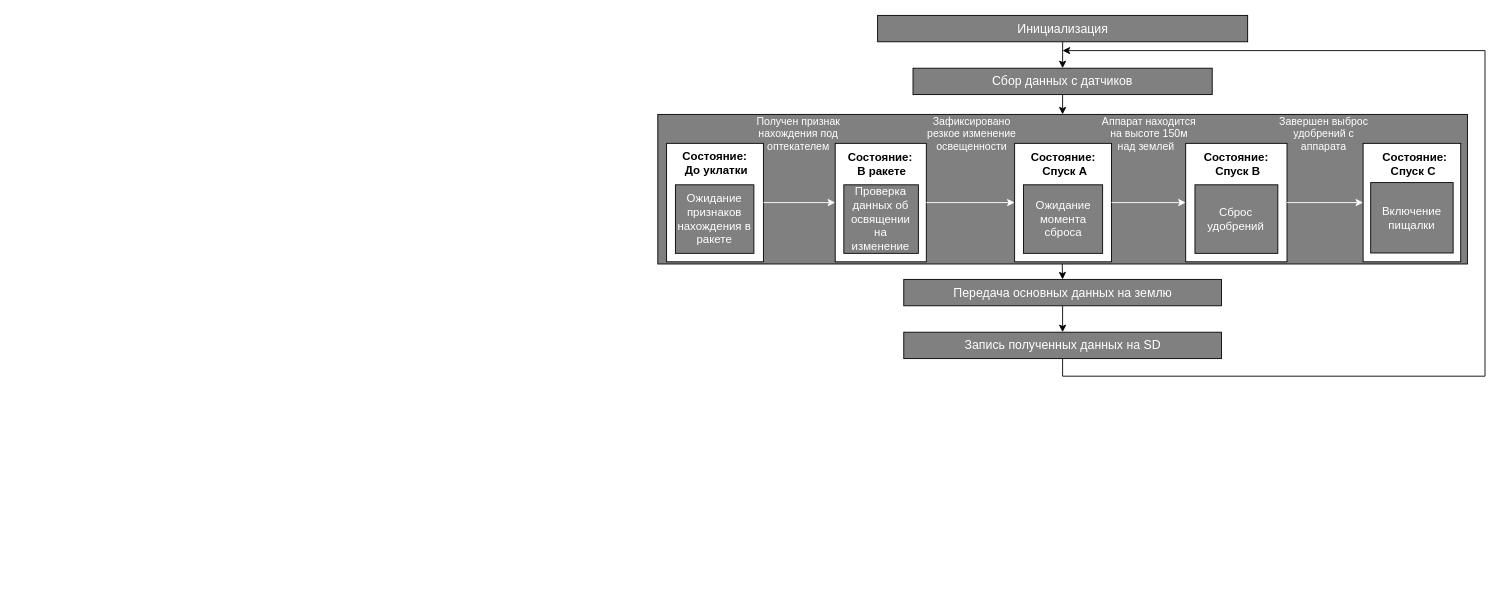
Earlier version of the draw.io diagram schematics/Алгоритм полета.drawio (cansat-tsniimash/cansat-UKLON-M-2023-2024). Source tidied: cells renumbered, new cells numbered last; positions are measured from the earlier drawing's top-left corner, leaving out a move shared by most shapes. Both pictures are drawn from the tidied source at 88%, with x=0, y=0 at pixel (657, 15).
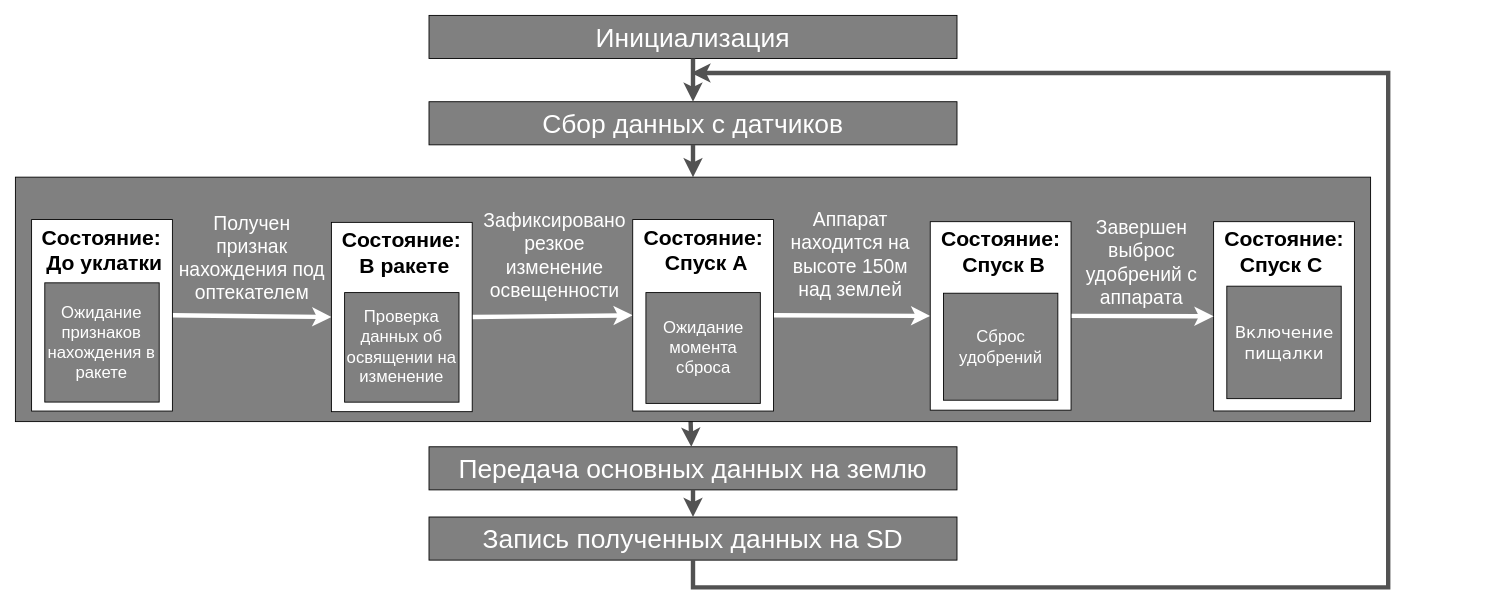
Above is the later version.

Commit message:
Алгоритм полета почти отредаченный

The edit, as a diff of the source:
```diff
@@
-    <mxCell id="2" value="&lt;font style=&quot;font-size: 14px;&quot; color=&quot;#ffffff&quot;&gt;Инициализация&lt;/font&gt;" style="rounded=0;whiteSpace=wrap;html=1;fillColor=#808080;" parent="1" vertex="1">
-      <mxGeometry x="249.8" width="420.5" height="30" as="geometry" />
+    <mxCell id="2" value="&lt;font style=&quot;font-size: 30px;&quot; color=&quot;#ffffff&quot;&gt;Инициализация&lt;/font&gt;" style="rounded=0;whiteSpace=wrap;html=1;fillColor=#808080;fontSize=30;fontStyle=0;" parent="1" vertex="1">
+      <mxGeometry x="-260" width="600" height="49" as="geometry" />
     </mxCell>
-    <mxCell id="3" value="&lt;font style=&quot;font-size: 14px;&quot; color=&quot;#ffffff&quot;&gt;Передача основных данных на землю&lt;/font&gt;" style="rounded=0;whiteSpace=wrap;html=1;fillColor=#808080;" parent="1" vertex="1">
-      <mxGeometry x="279.5" y="300" width="361" height="30" as="geometry" />
+    <mxCell id="3" value="&lt;font style=&quot;font-size: 30px;&quot; color=&quot;#ffffff&quot;&gt;Передача основных данных на землю&lt;/font&gt;" style="rounded=0;whiteSpace=wrap;html=1;fillColor=#808080;fontSize=30;fontStyle=0;" parent="1" vertex="1">
+      <mxGeometry x="-260" y="490.2" width="600" height="49" as="geometry" />
     </mxCell>
-    <mxCell id="4" value="&lt;font style=&quot;font-size: 14px;&quot; color=&quot;#ffffff&quot;&gt;Запись полученных данных на SD&lt;/font&gt;" style="rounded=0;whiteSpace=wrap;html=1;fillColor=#808080;" parent="1" vertex="1">
-      <mxGeometry x="279.5" y="360" width="361" height="30" as="geometry" />
+    <mxCell id="4" value="&lt;font style=&quot;font-size: 30px;&quot; color=&quot;#ffffff&quot;&gt;Запись полученных данных на SD&lt;/font&gt;" style="rounded=0;whiteSpace=wrap;html=1;fillColor=#808080;fontSize=30;fontStyle=0;" parent="1" vertex="1">
+      <mxGeometry x="-260" y="570" width="600" height="49" as="geometry" />
     </mxCell>
-    <mxCell id="5" value="&lt;font style=&quot;font-size: 14px;&quot; color=&quot;#ffffff&quot;&gt;Сбор данных с датчиков&lt;/font&gt;" style="rounded=0;whiteSpace=wrap;html=1;fillColor=#808080;" parent="1" vertex="1">
-      <mxGeometry x="290" y="60" width="340" height="30" as="geometry" />
+    <mxCell id="5" value="&lt;font style=&quot;font-size: 30px;&quot; color=&quot;#ffffff&quot;&gt;Сбор данных с датчиков&lt;/font&gt;" style="rounded=0;whiteSpace=wrap;html=1;fillColor=#808080;fontSize=30;fontStyle=0;" parent="1" vertex="1">
+      <mxGeometry x="-260" y="98.1" width="600" height="49" as="geometry" />
     </mxCell>
-    <mxCell id="6" style="endArrow=classic;html=1;rounded=0;entryX=0.5;entryY=0;entryDx=0;entryDy=0;exitX=0.5;exitY=1;exitDx=0;exitDy=0;" parent="1" edge="1" source="2" target="5">
+    <mxCell id="6" style="endArrow=classic;html=1;rounded=0;entryX=0.5;entryY=0;entryDx=0;entryDy=0;exitX=0.5;exitY=1;exitDx=0;exitDy=0;strokeWidth=5;strokeColor=#525252;" parent="1" edge="1" source="2" target="5">
       <mxGeometry relative="1" as="geometry" />
     </mxCell>
-    <mxCell id="7" style="endArrow=classic;html=1;rounded=0;exitX=0.5;exitY=1;exitDx=0;exitDy=0;entryX=0.5;entryY=0;entryDx=0;entryDy=0;" parent="1" edge="1" source="5" target="11">
+    <mxCell id="7" style="endArrow=classic;html=1;rounded=0;exitX=0.5;exitY=1;exitDx=0;exitDy=0;entryX=0.5;entryY=0;entryDx=0;entryDy=0;strokeWidth=5;strokeColor=#525252;" parent="1" edge="1" source="5" target="11">
       <mxGeometry relative="1" as="geometry" />
     </mxCell>
-    <mxCell id="8" style="endArrow=classic;html=1;rounded=0;" parent="1" edge="1">
+    <mxCell id="8" style="endArrow=classic;html=1;rounded=0;strokeWidth=5;strokeColor=#525252;" parent="1" edge="1">
       <mxGeometry relative="1" as="geometry">
-        <mxPoint x="459.5" y="280" as="sourcePoint" />
-        <mxPoint x="460" y="300" as="targetPoint" />
+        <mxPoint x="37.2" y="457.6" as="sourcePoint" />
+        <mxPoint x="38.1" y="490.2" as="targetPoint" />
       </mxGeometry>
     </mxCell>
-    <mxCell id="9" style="endArrow=classic;html=1;rounded=0;exitX=0.5;exitY=1;exitDx=0;exitDy=0;" parent="1" edge="1" source="4">
+    <mxCell id="9" style="endArrow=classic;html=1;rounded=0;exitX=0.5;exitY=1;exitDx=0;exitDy=0;strokeWidth=5;strokeColor=#525252;edgeStyle=orthogonalEdgeStyle;" parent="1" edge="1" source="4">
       <mxGeometry relative="1" as="geometry">
-        <mxPoint x="460" y="40" as="targetPoint" />
+        <mxPoint x="38.1" y="65.4" as="targetPoint" />
         <Array as="points">
-          <mxPoint x="460" y="410" />
-          <mxPoint x="940" y="410" />
-          <mxPoint x="940" y="40" />
+          <mxPoint x="40" y="650" />
+          <mxPoint x="830" y="650" />
+          <mxPoint x="830" y="65" />
         </Array>
       </mxGeometry>
     </mxCell>
-    <mxCell id="10" style="endArrow=classic;html=1;rounded=0;exitX=0.5;exitY=1;exitDx=0;exitDy=0;entryX=0.5;entryY=0;entryDx=0;entryDy=0;" parent="1" edge="1" source="3" target="4">
+    <mxCell id="10" style="endArrow=classic;html=1;rounded=0;exitX=0.5;exitY=1;exitDx=0;exitDy=0;entryX=0.5;entryY=0;entryDx=0;entryDy=0;strokeWidth=5;strokeColor=#525252;" parent="1" edge="1" source="3" target="4">
       <mxGeometry relative="1" as="geometry" />
     </mxCell>
     <mxCell id="11" style="rounded=0;whiteSpace=wrap;html=1;fillColor=#808080;" parent="1" vertex="1">
-      <mxGeometry y="112.5" width="920" height="170" as="geometry" />
+      <mxGeometry x="-730" y="183.8" width="1540" height="277.8" as="geometry" />
     </mxCell>
-    <mxCell id="12" style="group;" parent="1" vertex="1">
-      <mxGeometry x="99" y="110" width="811" height="170" as="geometry" />
-    </mxCell>
-    <mxCell id="13" style="group;" parent="12" vertex="1">
-      <mxGeometry x="-63.5" y="20" width="881.6" height="150" as="geometry" />
-    </mxCell>
-    <mxCell id="14" style="group;" parent="13" vertex="1">
-      <mxGeometry x="370" y="25" width="120" height="125" as="geometry" />
-    </mxCell>
-    <mxCell id="15" style="rounded=0;whiteSpace=wrap;html=1;" parent="14" vertex="1">
-      <mxGeometry y="-9.6" width="110" height="134.6" as="geometry" />
-    </mxCell>
-    <mxCell id="16" value="&lt;font style=&quot;font-size: 13px;&quot; color=&quot;#ffffff&quot;&gt;Ожидание&lt;br&gt;момента сброса&lt;br&gt;&lt;/font&gt;" style="rounded=0;whiteSpace=wrap;html=1;fillColor=#808080;" parent="14" vertex="1">
-      <mxGeometry x="10" y="37.5" width="90" height="77.9" as="geometry" />
-    </mxCell>
-    <mxCell id="17" value="&lt;b style=&quot;font-size: 13px;&quot;&gt;Состояние:&lt;br&gt;&amp;nbsp;Спуск A&lt;/b&gt;" style="text;html=1;strokeColor=none;fillColor=none;align=center;verticalAlign=middle;whiteSpace=wrap;rounded=0;" parent="14" vertex="1">
-      <mxGeometry width="110" height="28.8" as="geometry" />
-    </mxCell>
-    <mxCell id="18" style="group;" parent="13" vertex="1">
-      <mxGeometry x="564.4" y="25" width="125.6" height="125" as="geometry" />
-    </mxCell>
-    <mxCell id="19" style="rounded=0;whiteSpace=wrap;html=1;" parent="18" vertex="1">
-      <mxGeometry y="-9.6" width="115.1" height="134.6" as="geometry" />
-    </mxCell>
-    <mxCell id="20" value="&lt;font color=&quot;#ffffff&quot;&gt;&lt;font style=&quot;font-size: 13px;&quot;&gt;Сброс удобрений&lt;/font&gt;&lt;br&gt;&lt;/font&gt;" style="rounded=0;whiteSpace=wrap;html=1;fillColor=#808080;" parent="18" vertex="1">
-      <mxGeometry x="10.5" y="37.5" width="94.2" height="77.9" as="geometry" />
-    </mxCell>
-    <mxCell id="21" value="&lt;b style=&quot;font-size: 13px;&quot;&gt;Состояние:&lt;br&gt;&amp;nbsp;Спуск B&lt;/b&gt;" style="text;html=1;strokeColor=none;fillColor=none;align=center;verticalAlign=middle;whiteSpace=wrap;rounded=0;" parent="18" vertex="1">
-      <mxGeometry width="115.1" height="28.8" as="geometry" />
-    </mxCell>
-    <mxCell id="22" style="endArrow=classic;html=1;rounded=0;exitX=1;exitY=0.5;exitDx=0;exitDy=0;strokeColor=#FFFFFF;entryX=0;entryY=0.5;entryDx=0;entryDy=0;" parent="13" edge="1" source="15" target="19">
+    <mxCell id="22" style="endArrow=classic;html=1;rounded=0;exitX=1;exitY=0.5;exitDx=0;exitDy=0;strokeColor=#FFFFFF;strokeWidth=5;entryX=0;entryY=0.5;entryDx=0;entryDy=0;" parent="1" edge="1" source="17" target="19">
       <mxGeometry relative="1" as="geometry" />
     </mxCell>
-    <mxCell id="23" value="Аппарат находится на высоте 150м над землей  " style="text;strokeColor=none;fillColor=none;align=center;verticalAlign=middle;rounded=0;horizontal=1;whiteSpace=wrap;fontColor=#FFFFFF;labelBackgroundColor=none;fontSize=12;" parent="13" vertex="1">
-      <mxGeometry x="467.7" y="-15" width="110.9" height="40" as="geometry" />
+    <mxCell id="23" value="Аппарат находится на высоте 150м над землей" style="text;strokeColor=none;fillColor=none;align=center;verticalAlign=middle;rounded=0;horizontal=1;whiteSpace=wrap;fontColor=#FFFFFF;labelBackgroundColor=none;fontSize=22;" parent="1" vertex="1">
+      <mxGeometry x="136.6" y="239" width="164.2" height="65.4" as="geometry" />
     </mxCell>
-    <mxCell id="24" style="group;" parent="13" vertex="1">
-      <mxGeometry x="166.5" y="15.4" width="103.5" height="134.6" as="geometry" />
-    </mxCell>
-    <mxCell id="25" style="rounded=0;whiteSpace=wrap;html=1;" parent="24" vertex="1">
-      <mxGeometry x="-0.4" width="103.5" height="134.6" as="geometry" />
-    </mxCell>
-    <mxCell id="26" value="&lt;font color=&quot;#ffffff&quot;&gt;&lt;font style=&quot;font-size: 13px;&quot;&gt;Проверка данных об освящении на изменение&lt;/font&gt;&lt;br&gt;&lt;/font&gt;" style="rounded=0;whiteSpace=wrap;html=1;fillColor=#808080;" parent="24" vertex="1">
-      <mxGeometry x="9.4" y="47.1" width="84.7" height="77.9" as="geometry" />
-    </mxCell>
-    <mxCell id="27" value="&lt;b style=&quot;font-size: 13px;&quot;&gt;Состояние:&lt;br&gt;&amp;nbsp;В ракете&lt;/b&gt;" style="text;html=1;strokeColor=none;fillColor=none;align=center;verticalAlign=middle;whiteSpace=wrap;rounded=0;" parent="24" vertex="1">
-      <mxGeometry x="9.4" y="9.6" width="84" height="28.9" as="geometry" />
-    </mxCell>
+    <mxCell id="34" value="Зафиксировано резкое изменение освещенности" style="text;strokeColor=none;fillColor=none;align=center;verticalAlign=middle;rounded=0;horizontal=1;whiteSpace=wrap;fontColor=#FFFFFF;labelBackgroundColor=none;fontSize=22;" parent="1" vertex="1">
+      <mxGeometry x="-206.2" y="236.6" width="177.7" height="73.5" as="geometry" />
+    </mxCell>
+    <mxCell id="40" value="Получен признак нахождения под оптекателем" style="text;strokeColor=none;fillColor=none;align=center;verticalAlign=middle;rounded=0;horizontal=1;whiteSpace=wrap;fontColor=#FFFFFF;labelBackgroundColor=none;fontSize=22;" parent="1" vertex="1">
+      <mxGeometry x="-546.4" y="239" width="170" height="73.5" as="geometry" />
+    </mxCell>
+    <mxCell id="29" value="Завершен выброс удобрений с аппарата" style="text;strokeColor=none;fillColor=none;align=center;verticalAlign=middle;rounded=0;horizontal=1;whiteSpace=wrap;fontColor=#FFFFFF;labelBackgroundColor=none;fontSize=22;" parent="1" vertex="1">
+      <mxGeometry x="460.6" y="250.1" width="178" height="62.4" as="geometry" />
+    </mxCell>
-    <mxCell id="28" style="endArrow=classic;html=1;rounded=0;exitX=1;exitY=0.5;exitDx=0;exitDy=0;strokeColor=#FFFFFF;entryX=0;entryY=0.5;entryDx=0;entryDy=0;" parent="13" edge="1" source="25" target="15">
+    <mxCell id="28" style="endArrow=classic;html=1;rounded=0;exitX=1;exitY=0.5;exitDx=0;exitDy=0;strokeColor=#FFFFFF;entryX=0;entryY=0.5;entryDx=0;entryDy=0;strokeWidth=5;" parent="1" edge="1" source="27" target="17">
       <mxGeometry relative="1" as="geometry" />
     </mxCell>
-    <mxCell id="29" value="Завершен выброс удобрений с аппарата" style="text;strokeColor=none;fillColor=none;align=center;verticalAlign=middle;rounded=0;horizontal=1;whiteSpace=wrap;fontColor=#FFFFFF;labelBackgroundColor=none;fontSize=12;" parent="13" vertex="1">
-      <mxGeometry x="666.5" y="-15" width="109.9" height="40" as="geometry" />
-    </mxCell>
+    <mxCell id="39" style="endArrow=classic;html=1;rounded=0;exitX=1;exitY=0.5;exitDx=0;exitDy=0;strokeColor=#FFFFFF;strokeWidth=5;entryX=0;entryY=0.5;entryDx=0;entryDy=0;" parent="1" edge="1" source="38" target="27">
+      <mxGeometry relative="1" as="geometry" />
+    </mxCell>
-    <mxCell id="30" style="rounded=0;whiteSpace=wrap;html=1;" parent="13" vertex="1">
-      <mxGeometry x="766" y="15.4" width="110.9" height="134.6" as="geometry" />
+    <mxCell id="30" value="&lt;b style=&quot;border-color: var(--border-color); font-size: 24px;&quot;&gt;Состояние:&lt;br style=&quot;border-color: var(--border-color); font-size: 24px;&quot;&gt;Спуск C&amp;nbsp;&lt;/b&gt;" style="rounded=0;whiteSpace=wrap;html=1;verticalAlign=top;fontSize=24;" parent="1" vertex="1">
+      <mxGeometry x="631.6" y="234.4" width="160" height="215.1" as="geometry" />
     </mxCell>
-    <mxCell id="31" style="endArrow=classic;html=1;rounded=0;strokeColor=#FFFFFF;entryX=0;entryY=0.5;entryDx=0;entryDy=0;exitX=1;exitY=0.5;exitDx=0;exitDy=0;" parent="13" edge="1" source="19" target="30">
+    <mxCell id="31" style="endArrow=classic;html=1;rounded=0;strokeColor=#FFFFFF;entryX=0;entryY=0.5;entryDx=0;entryDy=0;exitX=1;exitY=0.5;exitDx=0;exitDy=0;strokeWidth=5;" parent="1" edge="1" source="19" target="30">
       <mxGeometry relative="1" as="geometry" />
     </mxCell>
-    <mxCell id="32" value="&lt;font style=&quot;&quot; color=&quot;#ffffff&quot;&gt;&lt;font style=&quot;font-size: 13px;&quot;&gt;Включение пищалки&lt;/font&gt;&lt;br&gt;&lt;/font&gt;" style="rounded=0;whiteSpace=wrap;html=1;fillColor=#808080;" parent="13" vertex="1">
-      <mxGeometry x="774.6" y="60" width="93.7" height="80" as="geometry" />
+    <mxCell id="32" value="&lt;font style=&quot;font-size: 19px;&quot; color=&quot;#ffffff&quot;&gt;&lt;font face=&quot;Verdana&quot; style=&quot;font-size: 19px;&quot;&gt;Включение пищалки&lt;/font&gt;&lt;br style=&quot;font-size: 19px;&quot;&gt;&lt;/font&gt;" style="rounded=0;whiteSpace=wrap;html=1;fillColor=#808080;fontSize=19;fontStyle=0;" parent="1" vertex="1">
+      <mxGeometry x="646.6" y="307.7" width="130" height="127.8" as="geometry" />
     </mxCell>
-    <mxCell id="33" value="&lt;b style=&quot;font-size: 13px;&quot;&gt;Состояние:&lt;br&gt;Спуск C&amp;nbsp;&lt;/b&gt;" style="text;html=1;strokeColor=none;fillColor=none;align=center;verticalAlign=middle;whiteSpace=wrap;rounded=0;" parent="13" vertex="1">
-      <mxGeometry x="767" y="25" width="114.6" height="28.8" as="geometry" />
-    </mxCell>
-    <mxCell id="34" value="Зафиксировано резкое изменение освещенности" style="text;strokeColor=none;fillColor=none;align=center;verticalAlign=middle;rounded=0;horizontal=1;whiteSpace=wrap;fontColor=#FFFFFF;labelBackgroundColor=none;fontSize=12;" parent="13" vertex="1">
-      <mxGeometry x="266.1" y="-17.5" width="109.9" height="45" as="geometry" />
-    </mxCell>
-    <mxCell id="35" style="group;" parent="1" vertex="1">
-      <mxGeometry x="10" y="155" width="110" height="125" as="geometry" />
-    </mxCell>
-    <mxCell id="36" style="rounded=0;whiteSpace=wrap;html=1;" parent="35" vertex="1">
-      <mxGeometry y="-9.6" width="110" height="134.6" as="geometry" />
-    </mxCell>
+    <mxCell id="38" value="&lt;b style=&quot;border-color: var(--border-color); font-size: 24px;&quot;&gt;Состояние:&lt;br style=&quot;border-color: var(--border-color); font-size: 24px;&quot;&gt;&amp;nbsp;До уклатки&lt;/b&gt;" style="rounded=0;whiteSpace=wrap;html=1;verticalAlign=top;fontSize=24;" parent="1" vertex="1">
+      <mxGeometry x="-711.6" y="232" width="160" height="217.6" as="geometry" />
+    </mxCell>
+    <mxCell id="17" value="&lt;b style=&quot;border-color: var(--border-color); font-size: 24px;&quot;&gt;Состояние:&lt;br style=&quot;border-color: var(--border-color); font-size: 24px;&quot;&gt;&amp;nbsp;Спуск A&lt;/b&gt;" style="rounded=0;whiteSpace=wrap;html=1;verticalAlign=top;fontSize=24;" parent="1" vertex="1">
+      <mxGeometry x="-28.5" y="232" width="160" height="217.6" as="geometry" />
+    </mxCell>
+    <mxCell id="19" value="&lt;b style=&quot;border-color: var(--border-color); font-size: 24px;&quot;&gt;Состояние:&lt;br style=&quot;border-color: var(--border-color); font-size: 24px;&quot;&gt;&amp;nbsp;Спуск B&lt;/b&gt;" style="rounded=0;whiteSpace=wrap;html=1;verticalAlign=top;fontSize=24;" parent="1" vertex="1">
+      <mxGeometry x="309.6" y="234.4" width="160" height="214.2" as="geometry" />
+    </mxCell>
+    <mxCell id="20" value="&lt;font color=&quot;#ffffff&quot; style=&quot;font-size: 19px;&quot;&gt;&lt;font style=&quot;font-size: 19px;&quot;&gt;Сброс удобрений&lt;/font&gt;&lt;br style=&quot;font-size: 19px;&quot;&gt;&lt;/font&gt;" style="rounded=0;whiteSpace=wrap;html=1;fillColor=#808080;fontSize=19;fontStyle=0;" parent="1" vertex="1">
+      <mxGeometry x="324.6" y="315.7" width="130" height="121.6" as="geometry" />
+    </mxCell>
+    <mxCell id="27" value="&lt;b style=&quot;border-color: var(--border-color); font-size: 24px;&quot;&gt;Состояние:&lt;br style=&quot;border-color: var(--border-color); font-size: 24px;&quot;&gt;&amp;nbsp;В ракете&lt;/b&gt;" style="rounded=0;whiteSpace=wrap;html=1;verticalAlign=top;fontSize=24;" parent="1" vertex="1">
+      <mxGeometry x="-370.9" y="235.2" width="160" height="215.1" as="geometry" />
+    </mxCell>
+    <mxCell id="26" value="&lt;font color=&quot;#ffffff&quot; style=&quot;font-size: 19px;&quot;&gt;&lt;font style=&quot;font-size: 19px;&quot;&gt;Проверка данных об освящении на изменение&lt;/font&gt;&lt;br style=&quot;font-size: 19px;&quot;&gt;&lt;/font&gt;" style="rounded=0;whiteSpace=wrap;html=1;fillColor=#808080;fontSize=19;fontStyle=0;" parent="1" vertex="1">
+      <mxGeometry x="-355.9" y="315" width="130" height="124.5" as="geometry" />
+    </mxCell>
+    <mxCell id="16" value="&lt;font style=&quot;font-size: 19px;&quot; color=&quot;#ffffff&quot;&gt;Ожидание&lt;br style=&quot;font-size: 19px;&quot;&gt;момента сброса&lt;br style=&quot;font-size: 19px;&quot;&gt;&lt;/font&gt;" style="rounded=0;whiteSpace=wrap;html=1;fillColor=#808080;verticalAlign=middle;fontSize=19;fontStyle=0;" parent="1" vertex="1">
+      <mxGeometry x="-13.5" y="315" width="130" height="125.9" as="geometry" />
+    </mxCell>
-    <mxCell id="37" value="&lt;font color=&quot;#ffffff&quot;&gt;&lt;font style=&quot;font-size: 13px;&quot;&gt;Ожидание признаков нахождения в ракете&lt;/font&gt;&lt;br&gt;&lt;/font&gt;" style="rounded=0;whiteSpace=wrap;html=1;fillColor=#808080;" parent="35" vertex="1">
-      <mxGeometry x="10" y="37.5" width="89.2" height="77.9" as="geometry" />
+    <mxCell id="37" value="&lt;font color=&quot;#ffffff&quot; style=&quot;font-size: 19px;&quot;&gt;&lt;font style=&quot;font-size: 19px;&quot;&gt;Ожидание признаков нахождения в ракете&lt;/font&gt;&lt;br style=&quot;font-size: 19px;&quot;&gt;&lt;/font&gt;" style="rounded=0;whiteSpace=wrap;html=1;fillColor=#808080;verticalAlign=middle;fontSize=19;fontStyle=0;" parent="1" vertex="1">
+      <mxGeometry x="-696.6" y="303.9" width="130" height="135.5" as="geometry" />
     </mxCell>
-    <mxCell id="38" value="&lt;b style=&quot;font-size: 13px;&quot;&gt;Состояние:&lt;br&gt;&amp;nbsp;До уклатки&lt;/b&gt;" style="text;html=1;strokeColor=none;fillColor=none;align=center;verticalAlign=middle;whiteSpace=wrap;rounded=0;" parent="35" vertex="1">
-      <mxGeometry x="10" y="-1" width="90" height="28.8" as="geometry" />
-    </mxCell>
-    <mxCell id="39" style="endArrow=classic;html=1;rounded=0;exitX=1;exitY=0.5;exitDx=0;exitDy=0;strokeColor=#FFFFFF;entryX=0;entryY=0.5;entryDx=0;entryDy=0;" parent="1" edge="1" source="36" target="25">
-      <mxGeometry relative="1" as="geometry" />
-    </mxCell>
-    <mxCell id="40" value="Получен признак нахождения под оптекателем" style="text;strokeColor=none;fillColor=none;align=center;verticalAlign=middle;rounded=0;horizontal=1;whiteSpace=wrap;fontColor=#FFFFFF;labelBackgroundColor=none;fontSize=12;" parent="1" vertex="1">
-      <mxGeometry x="110" y="112.5" width="100" height="45" as="geometry" />
-    </mxCell>
```
